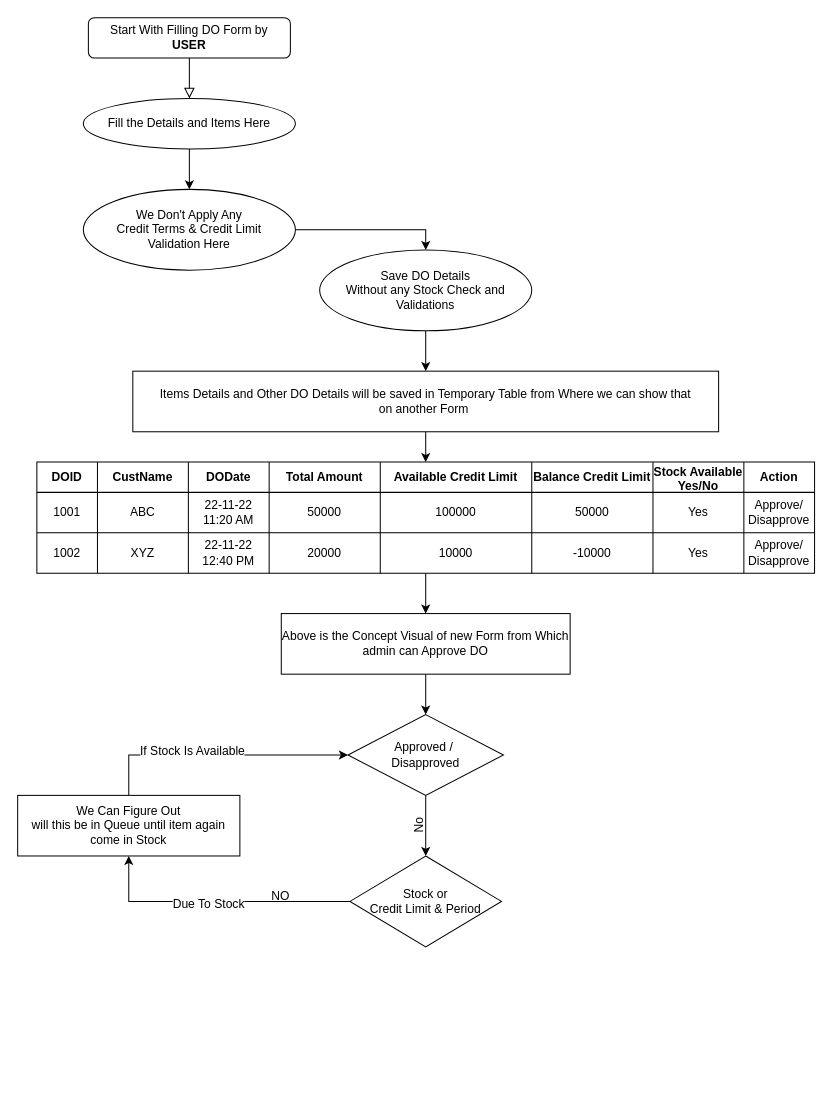
The draw.io diagram Untitled Diagram.drawio in Snag-hub/DOT-Net, before the edit. Source tidied: cells renumbered, new cells numbered last; positions are measured from the earlier drawing's top-left corner, leaving out a move shared by most shapes. Both pictures are drawn from the tidied source at 101%, with x=0, y=0 at pixel (17, 17).
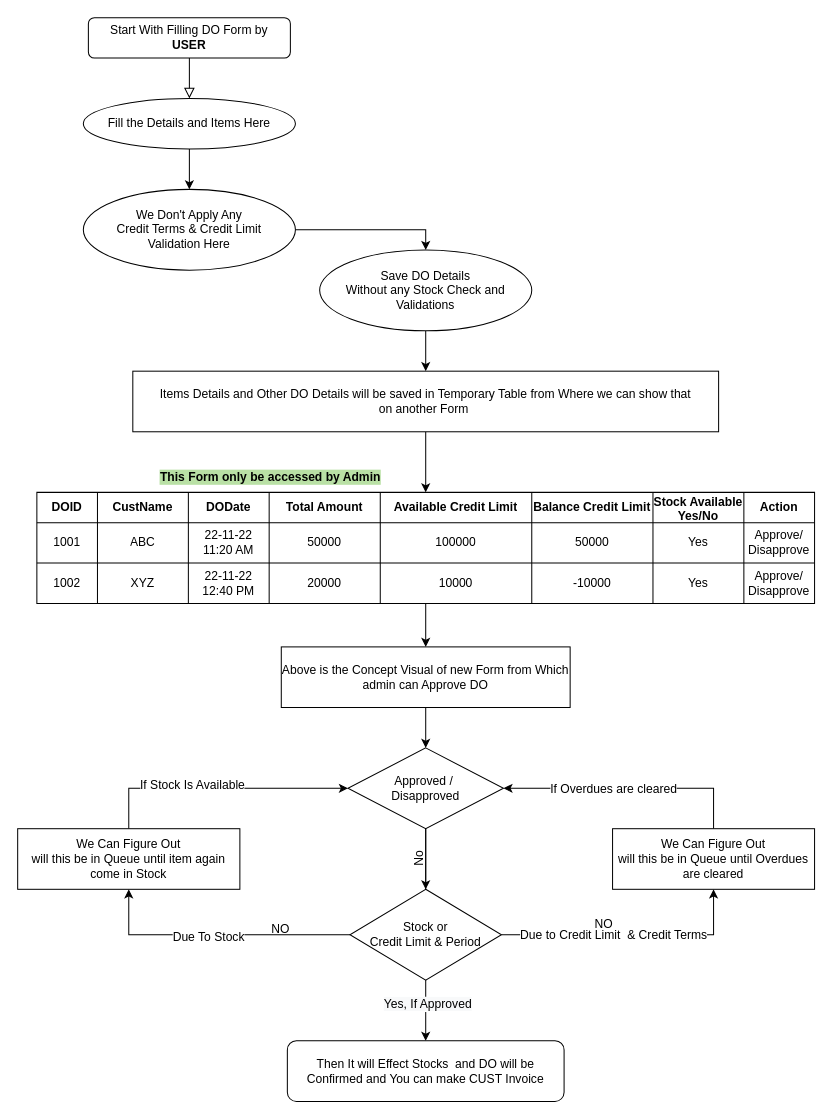
After the change.

Commit message:
FlowChart_of_NewDOLOGIC

What changed in the source:
```diff
@@
     <mxCell id="13" style="shape=table;startSize=0;childLayout=tableLayout;" parent="1" vertex="1">
-      <mxGeometry x="19" y="440" width="770" height="110" as="geometry" />
+      <mxGeometry x="19" y="470" width="770" height="110" as="geometry" />
     </mxCell>
@@
     <mxCell id="42" value="Above is the Concept Visual of new Form from Which admin can Approve DO" style="whiteSpace=wrap;html=1;startSize=0;" parent="1" vertex="1">
-      <mxGeometry x="261" y="590" width="286" height="60" as="geometry" />
+      <mxGeometry x="261" y="623" width="286" height="60" as="geometry" />
     </mxCell>
@@
+    <mxCell id="53" style="edgeStyle=orthogonalEdgeStyle;rounded=0;jettySize=auto;html=1;fontSize=12;fontColor=#000000;exitX=1;exitY=0.5;exitDx=0;exitDy=0;entryX=0.5;entryY=1;entryDx=0;entryDy=0;" parent="1" edge="1" source="50" target="59">
+      <mxGeometry relative="1" as="geometry" />
+    </mxCell>
+    <mxCell id="54" value="Due to Credit Limit&amp;nbsp; &amp;amp; Credit Terms" style="edgeLabel;html=1;align=center;verticalAlign=middle;fontSize=12;fontColor=#000000;" parent="53" vertex="1">
+      <mxGeometry x="-0.01" y="2" relative="1" as="geometry">
+        <mxPoint x="-16" y="2" as="offset" />
+      </mxGeometry>
+    </mxCell>
+    <mxCell id="55" style="edgeStyle=orthogonalEdgeStyle;rounded=0;jettySize=auto;html=1;exitX=0.5;exitY=1;exitDx=0;exitDy=0;fontSize=12;fontColor=#000000;entryX=0.5;entryY=0;entryDx=0;entryDy=0;" parent="1" edge="1" source="44" target="61">
+      <mxGeometry relative="1" as="geometry" />
+    </mxCell>
+    <mxCell id="56" value="&lt;span style=&quot;background-color: rgb(248, 249, 250);&quot;&gt;Yes, If Approved&lt;/span&gt;" style="edgeLabel;html=1;align=center;verticalAlign=middle;fontSize=12;fontColor=#000000;" parent="55" vertex="1">
+      <mxGeometry x="0.65" y="1" relative="1" as="geometry" />
+    </mxCell>
     <mxCell id="44" value="Approved /&amp;nbsp;&lt;br&gt;Disapproved" style="rhombus;whiteSpace=wrap;html=1;startSize=0;" parent="1" vertex="1">
-      <mxGeometry x="327" y="690" width="154" height="80" as="geometry" />
+      <mxGeometry x="327" y="723" width="154" height="80" as="geometry" />
     </mxCell>
@@
     <mxCell id="49" value="We Can Figure Out&lt;br&gt;will this be in Queue until item again come in Stock" style="whiteSpace=wrap;html=1;startSize=0;" parent="1" vertex="1">
-      <mxGeometry y="770" width="220" height="60" as="geometry" />
+      <mxGeometry y="803" width="220" height="60" as="geometry" />
     </mxCell>
     <mxCell id="50" value="Stock or &lt;br&gt;Credit Limit &amp;amp; Period" style="rhombus;whiteSpace=wrap;html=1;startSize=0;" parent="1" vertex="1">
-      <mxGeometry x="329" y="830" width="150" height="90" as="geometry" />
+      <mxGeometry x="329" y="863" width="150" height="90" as="geometry" />
     </mxCell>
     <mxCell id="51" value="NO" style="text;html=1;align=center;verticalAlign=middle;strokeColor=none;fillColor=none;fontSize=12;fontColor=#000000;" parent="1" vertex="1">
-      <mxGeometry x="240" y="855" width="40" height="30" as="geometry" />
+      <mxGeometry x="240" y="888" width="40" height="30" as="geometry" />
     </mxCell>
     <mxCell id="52" value="No" style="text;html=1;align=center;verticalAlign=middle;strokeColor=none;fillColor=none;fontSize=12;fontColor=#000000;horizontal=0;" parent="1" vertex="1">
-      <mxGeometry x="378" y="785" width="40" height="30" as="geometry" />
+      <mxGeometry x="378" y="818" width="40" height="30" as="geometry" />
     </mxCell>
+    <mxCell id="57" style="edgeStyle=orthogonalEdgeStyle;rounded=0;jettySize=auto;html=1;entryX=1;entryY=0.5;entryDx=0;entryDy=0;fontSize=12;fontColor=#000000;exitX=0.5;exitY=0;exitDx=0;exitDy=0;" parent="1" edge="1" source="59" target="44">
+      <mxGeometry relative="1" as="geometry" />
+    </mxCell>
+    <mxCell id="58" value="If Overdues are cleared" style="edgeLabel;html=1;align=center;verticalAlign=middle;fontSize=12;fontColor=#000000;" parent="57" vertex="1">
+      <mxGeometry x="0.35" y="-1" relative="1" as="geometry">
+        <mxPoint x="27" y="1" as="offset" />
+      </mxGeometry>
+    </mxCell>
+    <mxCell id="59" value="We Can Figure Out&lt;br&gt;will this be in Queue until Overdues are cleared" style="whiteSpace=wrap;html=1;startSize=0;" parent="1" vertex="1">
+      <mxGeometry x="589" y="803" width="200" height="60" as="geometry" />
+    </mxCell>
+    <mxCell id="60" value="NO" style="text;html=1;align=center;verticalAlign=middle;strokeColor=none;fillColor=none;fontSize=12;fontColor=#000000;" parent="1" vertex="1">
+      <mxGeometry x="560" y="883" width="40" height="30" as="geometry" />
+    </mxCell>
+    <mxCell id="61" value="Then It will Effect Stocks&amp;nbsp; and DO will be Confirmed and You can make CUST Invoice" style="rounded=1;whiteSpace=wrap;html=1;labelBackgroundColor=none;fontSize=12;fontColor=#000000;" parent="1" vertex="1">
+      <mxGeometry x="267" y="1013" width="274" height="60" as="geometry" />
+    </mxCell>
+    <mxCell id="62" value="&lt;b&gt;This Form only be accessed by Admin&lt;/b&gt;" style="text;html=1;align=center;verticalAlign=middle;strokeColor=none;fillColor=none;fontSize=12;fontColor=#000000;labelBackgroundColor=#B9E0A5;" parent="1" vertex="1">
+      <mxGeometry x="130" y="440" width="240" height="30" as="geometry" />
+    </mxCell>
```
